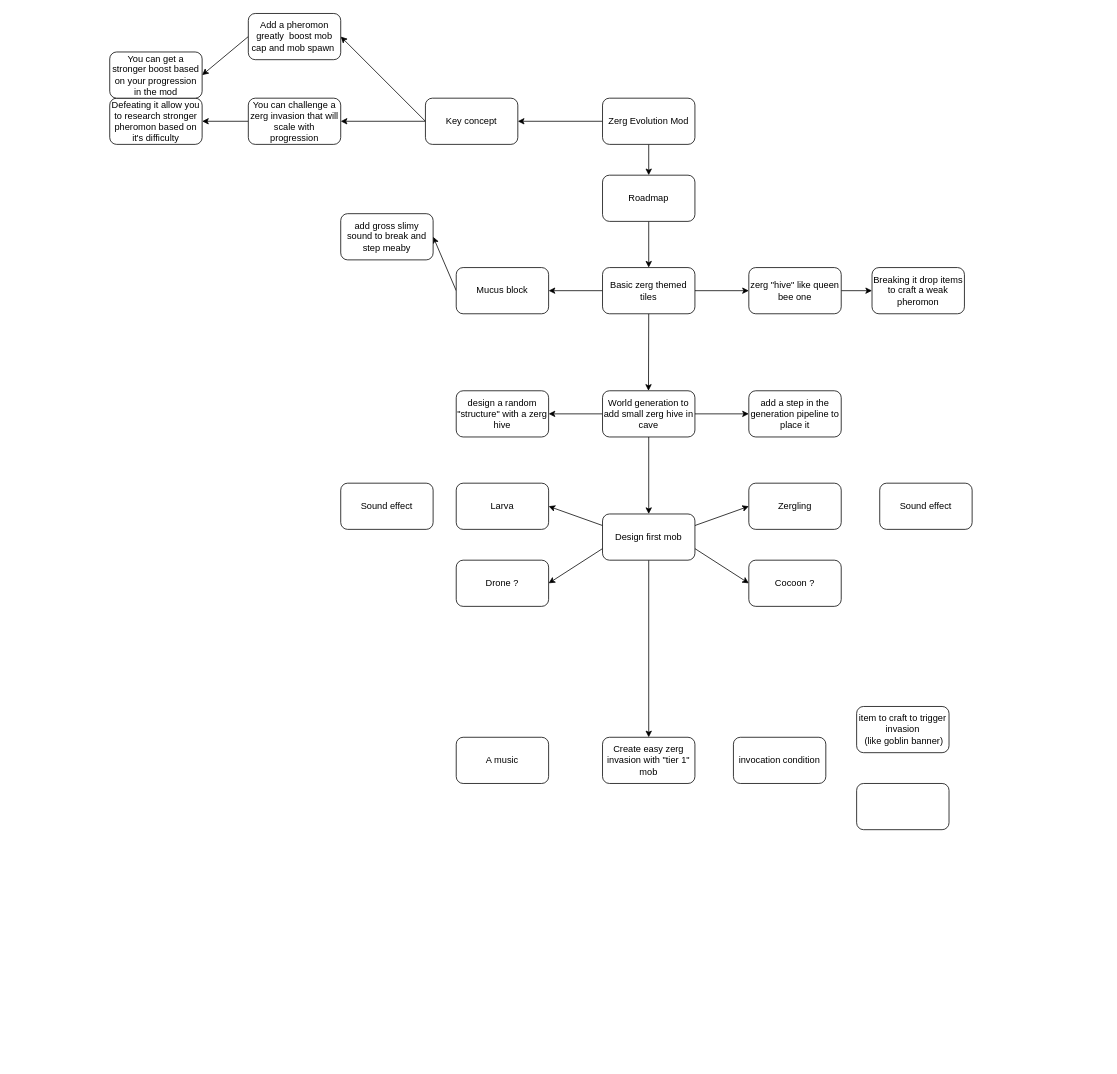
Sacramentix/ZergEvolution keeps this draw.io diagram as mindmap.drawio. Above is the earlier version. Source tidied: cells renumbered, new cells numbered last; positions are measured from the earlier drawing's top-left corner, leaving out a move shared by most shapes. Both pictures are drawn from the tidied source at 77%, with x=0, y=0 at pixel (109, 13).
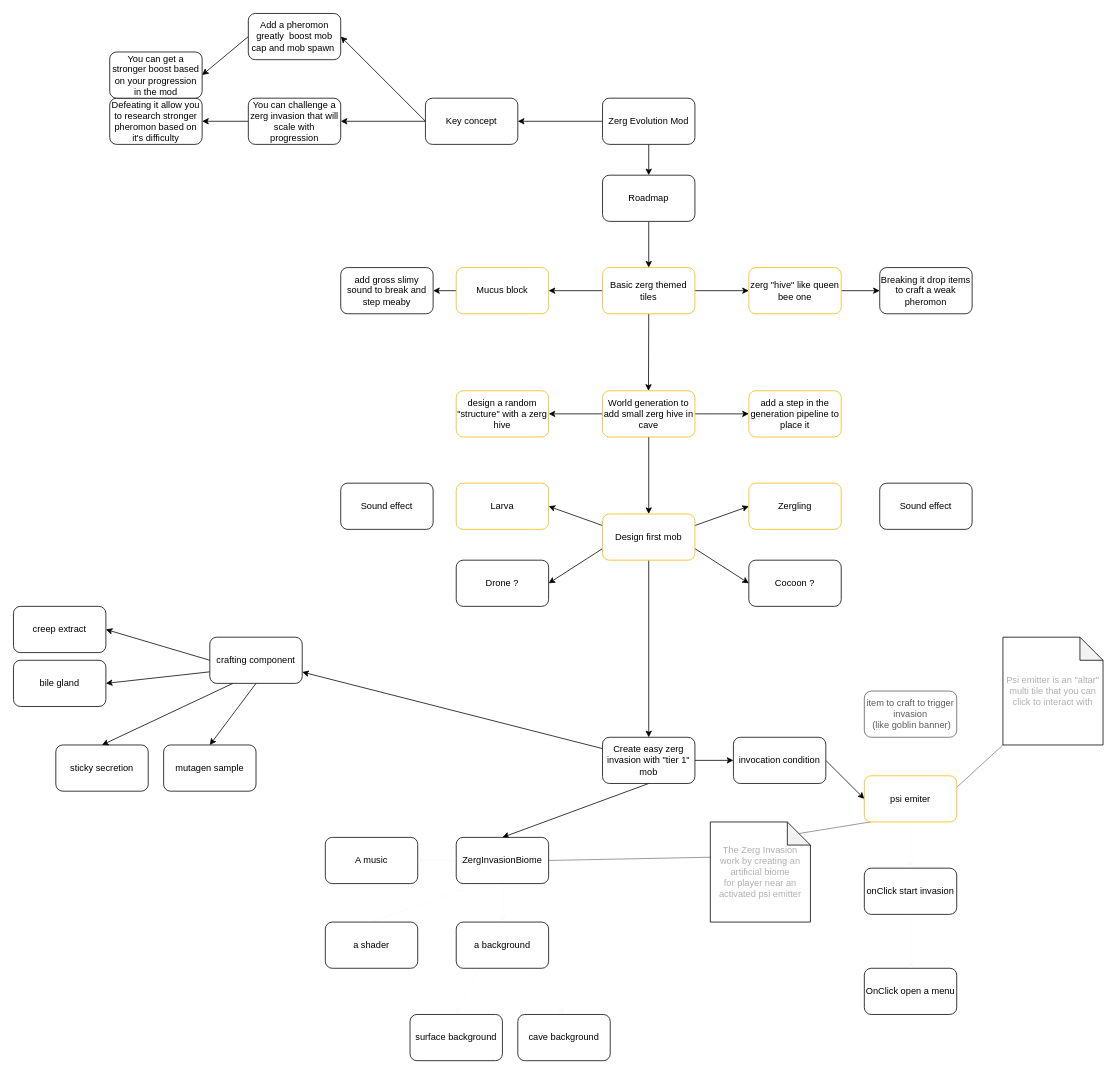
Above is the later version.

Commit message:
mindmap draw io

Unchanged cells that the change refers to:
```xml
<mxCell id="42" value="Create easy zerg invasion with &quot;tier 1&quot; mob" style="rounded=1;whiteSpace=wrap;html=1;" parent="1" vertex="1">
  <mxGeometry x="640" y="940" width="120" height="60" as="geometry" />
</mxCell>
<mxCell id="43" value="invocation condition" style="rounded=1;whiteSpace=wrap;html=1;" parent="1" vertex="1">
  <mxGeometry x="810" y="940" width="120" height="60" as="geometry" />
</mxCell>
```

Diff of the diagram source:
```diff
@@
-    <mxCell id="19" value="Basic zerg themed tiles" style="rounded=1;whiteSpace=wrap;html=1;" parent="1" vertex="1">
+    <mxCell id="19" value="Basic zerg themed tiles" style="rounded=1;whiteSpace=wrap;html=1;strokeColor=#F0BA07;" parent="1" vertex="1">
       <mxGeometry x="640" y="330" width="120" height="60" as="geometry" />
     </mxCell>
@@
-    <mxCell id="21" value="Mucus block" style="rounded=1;whiteSpace=wrap;html=1;" parent="1" vertex="1">
+    <mxCell id="21" value="Mucus block" style="rounded=1;whiteSpace=wrap;html=1;strokeColor=#F0BA07;" parent="1" vertex="1">
       <mxGeometry x="450" y="330" width="120" height="60" as="geometry" />
     </mxCell>
@@
-    <mxCell id="23" value="zerg &quot;hive&quot; like queen bee one" style="rounded=1;whiteSpace=wrap;html=1;" parent="1" vertex="1">
+    <mxCell id="23" value="zerg &quot;hive&quot; like queen bee one" style="rounded=1;whiteSpace=wrap;html=1;strokeColor=#F0BA07;" parent="1" vertex="1">
       <mxGeometry x="830" y="330" width="120" height="60" as="geometry" />
     </mxCell>
     <mxCell id="24" value="Breaking it drop items to craft a weak pheromon" style="rounded=1;whiteSpace=wrap;html=1;" parent="1" vertex="1">
-      <mxGeometry x="990" y="330" width="120" height="60" as="geometry" />
+      <mxGeometry x="1000" y="330" width="120" height="60" as="geometry" />
     </mxCell>
     <mxCell id="25" value="add gross slimy sound to break and step meaby" style="rounded=1;whiteSpace=wrap;html=1;" parent="1" vertex="1">
-      <mxGeometry x="300" y="260" width="120" height="60" as="geometry" />
+      <mxGeometry x="300" y="330" width="120" height="60" as="geometry" />
     </mxCell>
@@
-    <mxCell id="29" value="World generation to add small zerg hive in cave" style="rounded=1;whiteSpace=wrap;html=1;" parent="1" vertex="1">
+    <mxCell id="29" value="World generation to add small zerg hive in cave" style="rounded=1;whiteSpace=wrap;html=1;strokeColor=#F0BA07;" parent="1" vertex="1">
       <mxGeometry x="640" y="490" width="120" height="60" as="geometry" />
     </mxCell>
-    <mxCell id="30" value="design a random &quot;structure&quot; with a zerg hive" style="rounded=1;whiteSpace=wrap;html=1;" parent="1" vertex="1">
+    <mxCell id="30" value="design a random &quot;structure&quot; with a zerg hive" style="rounded=1;whiteSpace=wrap;html=1;strokeColor=#F0BA07;" parent="1" vertex="1">
       <mxGeometry x="450" y="490" width="120" height="60" as="geometry" />
     </mxCell>
-    <mxCell id="31" value="add a step in the generation pipeline to place it" style="rounded=1;whiteSpace=wrap;html=1;" parent="1" vertex="1">
+    <mxCell id="31" value="add a step in the generation pipeline to place it" style="rounded=1;whiteSpace=wrap;html=1;strokeColor=#F0BA07;" parent="1" vertex="1">
       <mxGeometry x="830" y="490" width="120" height="60" as="geometry" />
     </mxCell>
@@
-    <mxCell id="37" value="Design first mob" style="rounded=1;whiteSpace=wrap;html=1;" parent="1" vertex="1">
+    <mxCell id="37" value="Design first mob" style="rounded=1;whiteSpace=wrap;html=1;strokeColor=#F0BA07;" parent="1" vertex="1">
       <mxGeometry x="640" y="650" width="120" height="60" as="geometry" />
     </mxCell>
-    <mxCell id="38" value="Larva" style="rounded=1;whiteSpace=wrap;html=1;" parent="1" vertex="1">
+    <mxCell id="38" value="Larva" style="rounded=1;whiteSpace=wrap;html=1;strokeColor=#F0BA07;" parent="1" vertex="1">
       <mxGeometry x="450" y="610" width="120" height="60" as="geometry" />
     </mxCell>
@@
-    <mxCell id="40" value="Zergling" style="rounded=1;whiteSpace=wrap;html=1;" parent="1" vertex="1">
+    <mxCell id="40" value="Zergling" style="rounded=1;whiteSpace=wrap;html=1;strokeColor=#F0BA07;" parent="1" vertex="1">
       <mxGeometry x="830" y="610" width="120" height="60" as="geometry" />
     </mxCell>
@@
+    <mxCell id="49" style="edgeStyle=none;html=1;exitX=1;exitY=0.5;exitDx=0;exitDy=0;entryX=0;entryY=0.5;entryDx=0;entryDy=0;" parent="1" edge="1" source="42" target="43">
+      <mxGeometry relative="1" as="geometry" />
+    </mxCell>
+    <mxCell id="50" style="edgeStyle=none;html=1;" parent="1" edge="1" source="42" target="64">
+      <mxGeometry relative="1" as="geometry" />
+    </mxCell>
+    <mxCell id="51" style="edgeStyle=none;html=1;exitX=0.5;exitY=1;exitDx=0;exitDy=0;entryX=0.5;entryY=0;entryDx=0;entryDy=0;" parent="1" edge="1" source="42" target="69">
+      <mxGeometry relative="1" as="geometry" />
+    </mxCell>
@@
+    <mxCell id="52" style="edgeStyle=none;html=1;exitX=1;exitY=0.5;exitDx=0;exitDy=0;entryX=0;entryY=0.5;entryDx=0;entryDy=0;" parent="1" edge="1" source="43" target="45">
+      <mxGeometry relative="1" as="geometry" />
+    </mxCell>
@@
-    <mxCell id="44" value="item to craft to trigger invasion&lt;br&gt;&amp;nbsp;(like goblin banner)" style="rounded=1;whiteSpace=wrap;html=1;" parent="1" vertex="1">
-      <mxGeometry x="970" y="900" width="120" height="60" as="geometry" />
+    <mxCell id="44" value="&lt;font color=&quot;#5c5c5c&quot;&gt;item to craft to trigger invasion&lt;br&gt;&amp;nbsp;(like goblin banner)&lt;/font&gt;" style="rounded=1;whiteSpace=wrap;html=1;strokeColor=#5C5C5C;" parent="1" vertex="1">
+      <mxGeometry x="980" y="880" width="120" height="60" as="geometry" />
     </mxCell>
+    <mxCell id="53" style="edgeStyle=none;html=1;exitX=0.073;exitY=0.997;exitDx=0;exitDy=0;entryX=0;entryY=0;entryDx=115;entryDy=15;entryPerimeter=0;endArrow=none;endFill=0;exitPerimeter=0;strokeColor=#808080;" parent="1" edge="1" source="45" target="70">
+      <mxGeometry relative="1" as="geometry" />
+    </mxCell>
+    <mxCell id="54" style="edgeStyle=none;html=1;exitX=1;exitY=0.25;exitDx=0;exitDy=0;entryX=0;entryY=1;entryDx=0;entryDy=0;entryPerimeter=0;strokeColor=#808080;fontColor=#5C5C5C;endArrow=none;endFill=0;" parent="1" edge="1" source="45" target="77">
+      <mxGeometry relative="1" as="geometry" />
+    </mxCell>
+    <mxCell id="55" style="edgeStyle=none;html=1;exitX=0.5;exitY=1;exitDx=0;exitDy=0;entryX=0.5;entryY=0;entryDx=0;entryDy=0;strokeColor=#FAFAFA;fontColor=#5C5C5C;endArrow=classic;endFill=1;" parent="1" edge="1" source="45" target="80">
+      <mxGeometry relative="1" as="geometry" />
+    </mxCell>
-    <mxCell id="45" style="rounded=1;whiteSpace=wrap;html=1;" parent="1" vertex="1">
-      <mxGeometry x="970" y="1000" width="120" height="60" as="geometry" />
+    <mxCell id="45" value="psi emiter" style="rounded=1;whiteSpace=wrap;html=1;strokeColor=#F0BA07;" parent="1" vertex="1">
+      <mxGeometry x="980" y="990" width="120" height="60" as="geometry" />
     </mxCell>
     <mxCell id="46" value="A music" style="rounded=1;whiteSpace=wrap;html=1;" parent="1" vertex="1">
-      <mxGeometry x="450" y="940" width="120" height="60" as="geometry" />
+      <mxGeometry x="280" y="1070" width="120" height="60" as="geometry" />
     </mxCell>
@@
+    <mxCell id="56" value="mutagen sample" style="rounded=1;whiteSpace=wrap;html=1;" parent="1" vertex="1">
+      <mxGeometry x="70" y="950" width="120" height="60" as="geometry" />
+    </mxCell>
+    <mxCell id="57" value="creep extract" style="rounded=1;whiteSpace=wrap;html=1;" parent="1" vertex="1">
+      <mxGeometry x="-125" y="770" width="120" height="60" as="geometry" />
+    </mxCell>
+    <mxCell id="58" value="sticky secretion" style="rounded=1;whiteSpace=wrap;html=1;" parent="1" vertex="1">
+      <mxGeometry x="-70" y="950" width="120" height="60" as="geometry" />
+    </mxCell>
+    <mxCell id="59" value="bile gland" style="rounded=1;whiteSpace=wrap;html=1;" parent="1" vertex="1">
+      <mxGeometry x="-125" y="840" width="120" height="60" as="geometry" />
+    </mxCell>
+    <mxCell id="60" style="edgeStyle=none;html=1;exitX=0;exitY=0.5;exitDx=0;exitDy=0;entryX=1;entryY=0.5;entryDx=0;entryDy=0;" parent="1" edge="1" source="64" target="57">
+      <mxGeometry relative="1" as="geometry" />
+    </mxCell>
+    <mxCell id="61" style="edgeStyle=none;html=1;exitX=0;exitY=0.75;exitDx=0;exitDy=0;entryX=1;entryY=0.5;entryDx=0;entryDy=0;" parent="1" edge="1" source="64" target="59">
+      <mxGeometry relative="1" as="geometry" />
+    </mxCell>
+    <mxCell id="62" style="edgeStyle=none;html=1;exitX=0.25;exitY=1;exitDx=0;exitDy=0;entryX=0.5;entryY=0;entryDx=0;entryDy=0;" parent="1" edge="1" source="64" target="58">
+      <mxGeometry relative="1" as="geometry" />
+    </mxCell>
+    <mxCell id="63" style="edgeStyle=none;html=1;exitX=0.5;exitY=1;exitDx=0;exitDy=0;entryX=0.5;entryY=0;entryDx=0;entryDy=0;" parent="1" edge="1" source="64" target="56">
+      <mxGeometry relative="1" as="geometry" />
+    </mxCell>
+    <mxCell id="64" value="crafting component" style="whiteSpace=wrap;html=1;rounded=1;" parent="1" vertex="1">
+      <mxGeometry x="130" y="810" width="120" height="60" as="geometry" />
+    </mxCell>
+    <mxCell id="65" style="edgeStyle=none;html=1;exitX=1;exitY=0.5;exitDx=0;exitDy=0;entryX=0.005;entryY=0.352;entryDx=0;entryDy=0;entryPerimeter=0;endArrow=none;endFill=0;strokeColor=#808080;" parent="1" edge="1" source="69" target="70">
+      <mxGeometry relative="1" as="geometry" />
+    </mxCell>
+    <mxCell id="66" style="edgeStyle=none;html=1;exitX=0.5;exitY=1;exitDx=0;exitDy=0;entryX=0.5;entryY=0;entryDx=0;entryDy=0;strokeColor=#FAFAFA;fontColor=#B0B0B0;endArrow=classic;endFill=1;" parent="1" edge="1" source="69" target="74">
+      <mxGeometry relative="1" as="geometry" />
+    </mxCell>
+    <mxCell id="67" style="edgeStyle=none;html=1;exitX=0.25;exitY=1;exitDx=0;exitDy=0;entryX=0.5;entryY=0;entryDx=0;entryDy=0;strokeColor=#FAFAFA;fontColor=#B0B0B0;endArrow=classic;endFill=1;" parent="1" edge="1" source="69" target="71">
+      <mxGeometry relative="1" as="geometry" />
+    </mxCell>
+    <mxCell id="68" style="edgeStyle=none;html=1;exitX=0;exitY=0.5;exitDx=0;exitDy=0;entryX=1;entryY=0.5;entryDx=0;entryDy=0;strokeColor=#FAFAFA;fontColor=#B0B0B0;endArrow=classic;endFill=1;" parent="1" edge="1" source="69" target="46">
+      <mxGeometry relative="1" as="geometry" />
+    </mxCell>
+    <mxCell id="69" value="ZergInvasionBiome" style="rounded=1;whiteSpace=wrap;html=1;" parent="1" vertex="1">
+      <mxGeometry x="450" y="1070" width="120" height="60" as="geometry" />
+    </mxCell>
+    <mxCell id="70" value="&lt;font color=&quot;#b0b0b0&quot;&gt;The Zerg Invasion&lt;br&gt;work by creating an artificial biome&lt;br&gt;for player near an activated psi emitter&lt;/font&gt;" style="shape=note;whiteSpace=wrap;html=1;backgroundOutline=1;darkOpacity=0.05;" parent="1" vertex="1">
+      <mxGeometry x="780" y="1050" width="130" height="130" as="geometry" />
+    </mxCell>
+    <mxCell id="71" value="a shader" style="rounded=1;whiteSpace=wrap;html=1;" parent="1" vertex="1">
+      <mxGeometry x="280" y="1180" width="120" height="60" as="geometry" />
+    </mxCell>
+    <mxCell id="72" style="edgeStyle=none;html=1;exitX=0.25;exitY=1;exitDx=0;exitDy=0;entryX=0.5;entryY=0;entryDx=0;entryDy=0;strokeColor=#FAFAFA;fontColor=#B0B0B0;endArrow=classic;endFill=1;" parent="1" edge="1" source="74" target="75">
+      <mxGeometry relative="1" as="geometry" />
+    </mxCell>
+    <mxCell id="73" style="edgeStyle=none;html=1;exitX=0.75;exitY=1;exitDx=0;exitDy=0;entryX=0.5;entryY=0;entryDx=0;entryDy=0;strokeColor=#FAFAFA;fontColor=#B0B0B0;endArrow=classic;endFill=1;" parent="1" edge="1" source="74" target="76">
+      <mxGeometry relative="1" as="geometry" />
+    </mxCell>
+    <mxCell id="74" value="a background" style="rounded=1;whiteSpace=wrap;html=1;" parent="1" vertex="1">
+      <mxGeometry x="450" y="1180" width="120" height="60" as="geometry" />
+    </mxCell>
+    <mxCell id="75" value="surface background" style="rounded=1;whiteSpace=wrap;html=1;" parent="1" vertex="1">
+      <mxGeometry x="390" y="1300" width="120" height="60" as="geometry" />
+    </mxCell>
+    <mxCell id="76" value="cave background" style="rounded=1;whiteSpace=wrap;html=1;" parent="1" vertex="1">
+      <mxGeometry x="530" y="1300" width="120" height="60" as="geometry" />
+    </mxCell>
+    <mxCell id="77" value="&lt;font color=&quot;#b0b0b0&quot;&gt;Psi emitter is an &quot;altar&quot; multi tile that you can click to interact with&lt;/font&gt;" style="shape=note;whiteSpace=wrap;html=1;backgroundOutline=1;darkOpacity=0.05;" parent="1" vertex="1">
+      <mxGeometry x="1160" y="810" width="130" height="140" as="geometry" />
+    </mxCell>
+    <mxCell id="78" value="OnClick open a menu" style="rounded=1;whiteSpace=wrap;html=1;" parent="1" vertex="1">
+      <mxGeometry x="980" y="1240" width="120" height="60" as="geometry" />
+    </mxCell>
+    <mxCell id="79" style="edgeStyle=none;html=1;exitX=0.5;exitY=1;exitDx=0;exitDy=0;strokeColor=#FAFAFA;fontColor=#5C5C5C;endArrow=classic;endFill=1;" parent="1" edge="1" source="80">
+      <mxGeometry relative="1" as="geometry">
+        <mxPoint x="1040" y="1240" as="targetPoint" />
+      </mxGeometry>
+    </mxCell>
+    <mxCell id="80" value="onClick start invasion" style="rounded=1;whiteSpace=wrap;html=1;" parent="1" vertex="1">
+      <mxGeometry x="980" y="1110" width="120" height="60" as="geometry" />
+    </mxCell>
```
